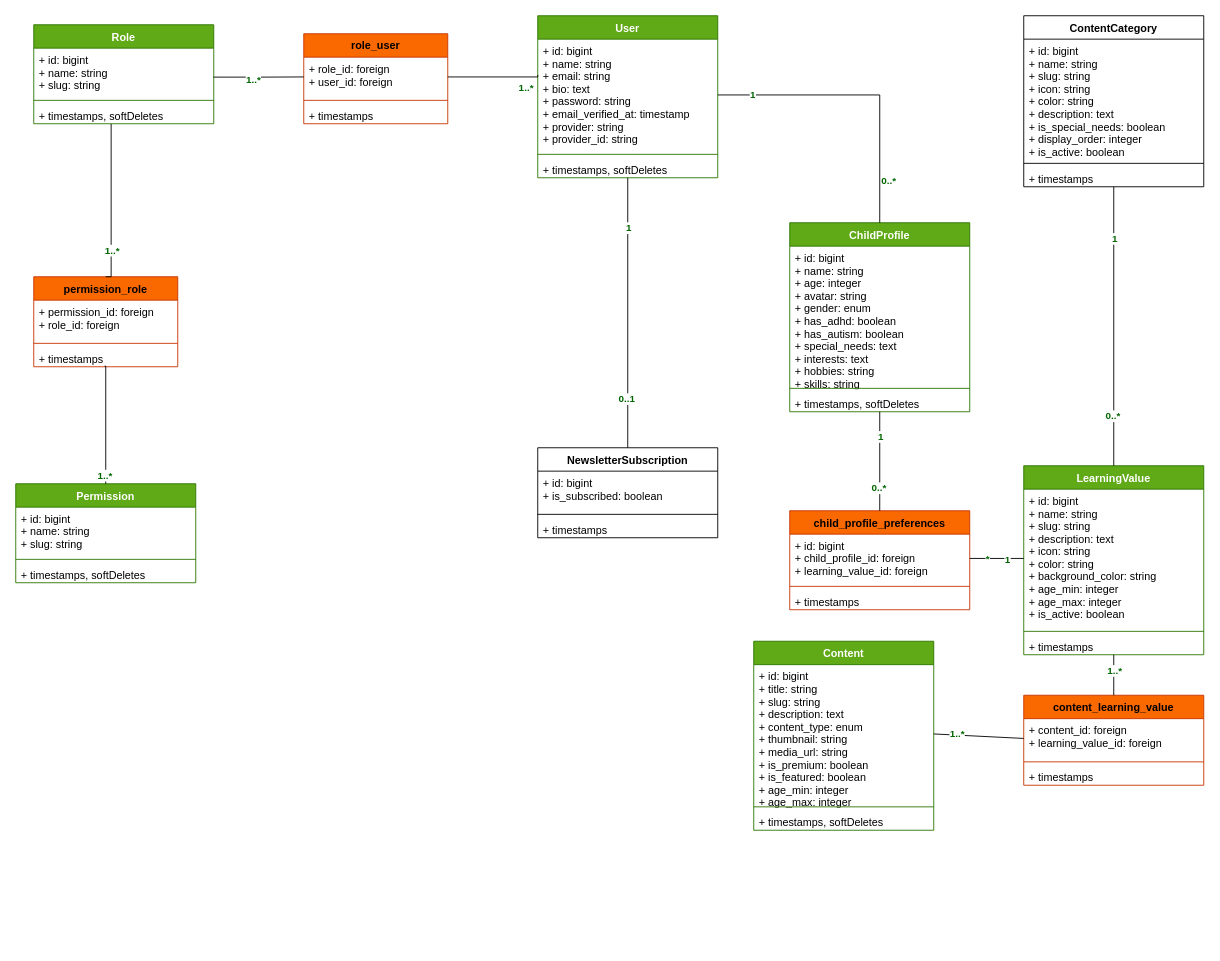
ettaoussiilyas/KidsGuard keeps this draw.io diagram as page "Class Diagram" (1 of 2) of UML/class.drawio. Above is the earlier version. Source tidied: cells renumbered, new cells numbered last; positions are measured from the earlier drawing's top-left corner, leaving out a move shared by most shapes. Both pictures are drawn from the tidied source at 90%, with x=0, y=0 at pixel (15, 15).
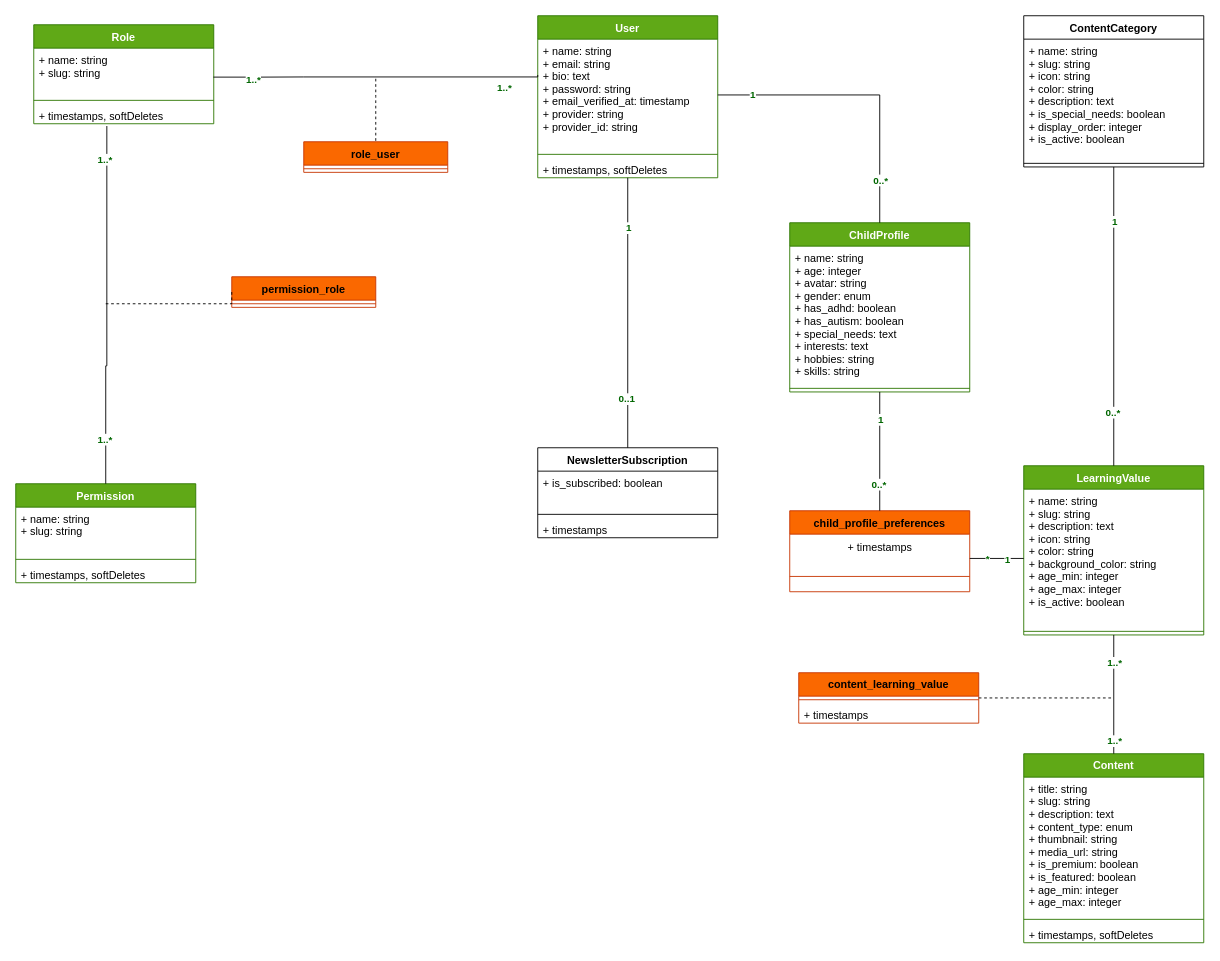
The same diagram, later.

Commit message (it also covers changes not shown here):
fixing usecase diagramme

Unchanged cells that the change refers to:
```xml
<mxCell id="2" value="User" style="swimlane;fontStyle=1;align=center;verticalAlign=top;horizontal=1;startSize=26;fillColor=#60a917;fontColor=#ffffff;strokeColor=#2D7600;" parent="1" vertex="1">
  <mxGeometry x="580" width="200" height="180" as="geometry" />
</mxCell>
<mxCell id="6" value="Role" style="swimlane;fontStyle=1;align=center;verticalAlign=top;horizontal=1;startSize=26;fillColor=#60a917;strokeColor=#2D7600;fontColor=#ffffff;" parent="1" vertex="1">
  <mxGeometry x="20" y="10" width="200" height="110" as="geometry" />
</mxCell>
<mxCell id="9" value="+ timestamps, softDeletes" style="text;strokeColor=none;fillColor=none;align=left;verticalAlign=top;spacingLeft=4;spacingRight=4;overflow=hidden;points=[[0,0.5],[1,0.5]];portConstraint=eastwest;" parent="6" vertex="1">
  <mxGeometry y="88" width="200" height="22" as="geometry" />
</mxCell>
<mxCell id="10" value="Permission" style="swimlane;fontStyle=1;align=center;verticalAlign=top;horizontal=1;startSize=26;fillColor=#60a917;strokeColor=#2D7600;fontColor=#ffffff;" parent="1" vertex="1">
  <mxGeometry y="520" width="200" height="110" as="geometry" />
</mxCell>
<mxCell id="26" value="NewsletterSubscription" style="swimlane;fontStyle=1;align=center;verticalAlign=top;horizontal=1;startSize=26;" parent="1" vertex="1">
  <mxGeometry x="580" y="480" width="200" height="100" as="geometry" />
</mxCell>
<mxCell id="50" style="endArrow=none;html=1;rounded=0;exitX=1;exitY=0.5;exitDx=0;exitDy=0;entryX=0.5;entryY=0;entryDx=0;entryDy=0;" parent="1" edge="1" source="3" target="14">
  <mxGeometry relative="1" as="geometry">
    <Array as="points">
      <mxPoint x="960" y="88" />
    </Array>
  </mxGeometry>
</mxCell>
```

Diff of the diagram source:
```diff
@@
-    <mxCell id="3" value="+ id: bigint&#10;+ name: string&#10;+ email: string&#10;+ bio: text&#10;+ password: string&#10;+ email_verified_at: timestamp&#10;+ provider: string&#10;+ provider_id: string" style="text;align=left;verticalAlign=top;spacingLeft=4;spacingRight=4;overflow=hidden;points=[[0,0.5],[1,0.5]];portConstraint=eastwest;" parent="2" vertex="1">
+    <mxCell id="3" value="+ name: string&#10;+ email: string&#10;+ bio: text&#10;+ password: string&#10;+ email_verified_at: timestamp&#10;+ provider: string&#10;+ provider_id: string" style="text;align=left;verticalAlign=top;spacingLeft=4;spacingRight=4;overflow=hidden;points=[[0,0.5],[1,0.5]];portConstraint=eastwest;" parent="2" vertex="1">
       <mxGeometry y="26" width="200" height="124" as="geometry" />
     </mxCell>
@@
-    <mxCell id="7" value="+ id: bigint&#10;+ name: string&#10;+ slug: string" style="text;strokeColor=none;fillColor=none;align=left;verticalAlign=top;spacingLeft=4;spacingRight=4;overflow=hidden;points=[[0,0.5],[1,0.5]];portConstraint=eastwest;" parent="6" vertex="1">
+    <mxCell id="7" value="+ name: string&#10;+ slug: string" style="text;strokeColor=none;fillColor=none;align=left;verticalAlign=top;spacingLeft=4;spacingRight=4;overflow=hidden;points=[[0,0.5],[1,0.5]];portConstraint=eastwest;" parent="6" vertex="1">
       <mxGeometry y="26" width="200" height="54" as="geometry" />
     </mxCell>
@@
-    <mxCell id="11" value="+ id: bigint&#10;+ name: string&#10;+ slug: string" style="text;strokeColor=none;fillColor=none;align=left;verticalAlign=top;spacingLeft=4;spacingRight=4;overflow=hidden;" parent="10" vertex="1">
+    <mxCell id="11" value="+ name: string&#10;+ slug: string" style="text;strokeColor=none;fillColor=none;align=left;verticalAlign=top;spacingLeft=4;spacingRight=4;overflow=hidden;" parent="10" vertex="1">
       <mxGeometry y="26" width="200" height="54" as="geometry" />
     </mxCell>
@@
     <mxCell id="14" value="ChildProfile" style="swimlane;fontStyle=1;align=center;verticalAlign=top;horizontal=1;startSize=26;fillColor=#60a917;fontColor=#ffffff;strokeColor=#2D7600;" parent="1" vertex="1">
-      <mxGeometry x="860" y="230" width="200" height="210" as="geometry" />
+      <mxGeometry x="860" y="230" width="200" height="188" as="geometry" />
     </mxCell>
-    <mxCell id="15" value="+ id: bigint&#10;+ name: string&#10;+ age: integer&#10;+ avatar: string&#10;+ gender: enum&#10;+ has_adhd: boolean&#10;+ has_autism: boolean&#10;+ special_needs: text&#10;+ interests: text&#10;+ hobbies: string&#10;+ skills: string" style="text;strokeColor=none;fillColor=none;align=left;verticalAlign=top;spacingLeft=4;spacingRight=4;overflow=hidden;" parent="14" vertex="1">
+    <mxCell id="15" value="+ name: string&#10;+ age: integer&#10;+ avatar: string&#10;+ gender: enum&#10;+ has_adhd: boolean&#10;+ has_autism: boolean&#10;+ special_needs: text&#10;+ interests: text&#10;+ hobbies: string&#10;+ skills: string" style="text;strokeColor=none;fillColor=none;align=left;verticalAlign=top;spacingLeft=4;spacingRight=4;overflow=hidden;" parent="14" vertex="1">
       <mxGeometry y="26" width="200" height="154" as="geometry" />
     </mxCell>
@@
-    <mxCell id="17" value="+ timestamps, softDeletes" style="text;strokeColor=none;fillColor=none;align=left;verticalAlign=top;spacingLeft=4;spacingRight=4;overflow=hidden;" parent="14" vertex="1">
-      <mxGeometry y="188" width="200" height="22" as="geometry" />
-    </mxCell>
     <mxCell id="18" value="ContentCategory" style="swimlane;fontStyle=1;align=center;verticalAlign=top;horizontal=1;startSize=26;" parent="1" vertex="1">
-      <mxGeometry x="1120" width="200" height="190" as="geometry" />
+      <mxGeometry x="1120" width="200" height="168" as="geometry" />
     </mxCell>
-    <mxCell id="19" value="+ id: bigint&#10;+ name: string&#10;+ slug: string&#10;+ icon: string&#10;+ color: string&#10;+ description: text&#10;+ is_special_needs: boolean&#10;+ display_order: integer&#10;+ is_active: boolean" style="text;strokeColor=none;fillColor=none;align=left;verticalAlign=top;spacingLeft=4;spacingRight=4;overflow=hidden;" parent="18" vertex="1">
+    <mxCell id="19" value="+ name: string&#10;+ slug: string&#10;+ icon: string&#10;+ color: string&#10;+ description: text&#10;+ is_special_needs: boolean&#10;+ display_order: integer&#10;+ is_active: boolean" style="text;strokeColor=none;fillColor=none;align=left;verticalAlign=top;spacingLeft=4;spacingRight=4;overflow=hidden;" parent="18" vertex="1">
       <mxGeometry y="26" width="200" height="134" as="geometry" />
     </mxCell>
@@
-    <mxCell id="21" value="+ timestamps" style="text;strokeColor=none;fillColor=none;align=left;verticalAlign=top;spacingLeft=4;spacingRight=4;overflow=hidden;" parent="18" vertex="1">
-      <mxGeometry y="168" width="200" height="22" as="geometry" />
-    </mxCell>
     <mxCell id="22" value="LearningValue" style="swimlane;fontStyle=1;align=center;verticalAlign=top;horizontal=1;startSize=26;fillColor=#60a917;strokeColor=#2D7600;fontColor=#ffffff;" parent="1" vertex="1">
-      <mxGeometry x="1120" y="500" width="200" height="210" as="geometry" />
+      <mxGeometry x="1120" y="500" width="200" height="188" as="geometry" />
     </mxCell>
-    <mxCell id="23" value="+ id: bigint&#10;+ name: string&#10;+ slug: string&#10;+ description: text&#10;+ icon: string&#10;+ color: string&#10;+ background_color: string&#10;+ age_min: integer&#10;+ age_max: integer&#10;+ is_active: boolean" style="text;strokeColor=none;fillColor=none;align=left;verticalAlign=top;spacingLeft=4;spacingRight=4;overflow=hidden;points=[[0,0.5],[1,0.5]];portConstraint=eastwest;" parent="22" vertex="1">
+    <mxCell id="23" value="+ name: string&#10;+ slug: string&#10;+ description: text&#10;+ icon: string&#10;+ color: string&#10;+ background_color: string&#10;+ age_min: integer&#10;+ age_max: integer&#10;+ is_active: boolean" style="text;strokeColor=none;fillColor=none;align=left;verticalAlign=top;spacingLeft=4;spacingRight=4;overflow=hidden;points=[[0,0.5],[1,0.5]];portConstraint=eastwest;" parent="22" vertex="1">
       <mxGeometry y="26" width="200" height="154" as="geometry" />
     </mxCell>
@@
-    <mxCell id="25" value="+ timestamps" style="text;strokeColor=none;fillColor=none;align=left;verticalAlign=top;spacingLeft=4;spacingRight=4;overflow=hidden;" parent="22" vertex="1">
-      <mxGeometry y="188" width="200" height="22" as="geometry" />
-    </mxCell>
@@
-    <mxCell id="27" value="+ id: bigint&#10;+ is_subscribed: boolean" style="text;strokeColor=none;fillColor=none;align=left;verticalAlign=top;spacingLeft=4;spacingRight=4;overflow=hidden;" parent="26" vertex="1">
+    <mxCell id="27" value="+ is_subscribed: boolean" style="text;strokeColor=none;fillColor=none;align=left;verticalAlign=top;spacingLeft=4;spacingRight=4;overflow=hidden;" parent="26" vertex="1">
       <mxGeometry y="26" width="200" height="44" as="geometry" />
     </mxCell>
@@
     <mxCell id="30" value="role_user" style="swimlane;fontStyle=1;align=center;verticalAlign=top;horizontal=1;startSize=26;fillColor=#fa6800;strokeColor=#C73500;fontColor=#000000;" parent="1" vertex="1">
-      <mxGeometry x="320" y="20" width="160" height="100" as="geometry" />
+      <mxGeometry x="320" y="140" width="160" height="34" as="geometry" />
     </mxCell>
-    <mxCell id="31" value="+ role_id: foreign&#10;+ user_id: foreign" style="text;strokeColor=none;fillColor=none;align=left;verticalAlign=top;spacingLeft=4;spacingRight=4;overflow=hidden;points=[[0,0.5],[1,0.5]];portConstraint=eastwest;" parent="30" vertex="1">
-      <mxGeometry y="26" width="160" height="44" as="geometry" />
-    </mxCell>
     <mxCell id="32" style="line;strokeWidth=1;fillColor=none;align=left;verticalAlign=middle;spacingTop=-1;spacingLeft=3;spacingRight=3;labelPosition=right;strokeColor=inherit;" parent="30" vertex="1">
-      <mxGeometry y="70" width="160" height="8" as="geometry" />
+      <mxGeometry y="26" width="160" height="8" as="geometry" />
     </mxCell>
-    <mxCell id="33" value="+ timestamps" style="text;strokeColor=none;fillColor=none;align=left;verticalAlign=top;spacingLeft=4;spacingRight=4;overflow=hidden;" parent="30" vertex="1">
-      <mxGeometry y="78" width="160" height="22" as="geometry" />
-    </mxCell>
     <mxCell id="34" value="permission_role" style="swimlane;fontStyle=1;align=center;verticalAlign=top;horizontal=1;startSize=26;fillColor=#fa6800;fontColor=#000000;strokeColor=#C73500;" parent="1" vertex="1">
-      <mxGeometry x="20" y="290" width="160" height="100" as="geometry" />
+      <mxGeometry x="240" y="290" width="160" height="34" as="geometry" />
     </mxCell>
-    <mxCell id="35" value="+ permission_id: foreign&#10;+ role_id: foreign" style="text;strokeColor=none;fillColor=none;align=left;verticalAlign=top;spacingLeft=4;spacingRight=4;overflow=hidden;" parent="34" vertex="1">
-      <mxGeometry y="26" width="160" height="44" as="geometry" />
-    </mxCell>
     <mxCell id="36" style="line;strokeWidth=1;fillColor=none;align=left;verticalAlign=middle;spacingTop=-1;spacingLeft=3;spacingRight=3;labelPosition=right;strokeColor=inherit;" parent="34" vertex="1">
-      <mxGeometry y="70" width="160" height="8" as="geometry" />
+      <mxGeometry y="26" width="160" height="8" as="geometry" />
     </mxCell>
-    <mxCell id="37" value="+ timestamps" style="text;strokeColor=none;fillColor=none;align=left;verticalAlign=top;spacingLeft=4;spacingRight=4;overflow=hidden;points=[[0,0.5],[1,0.5]];portConstraint=eastwest;" parent="34" vertex="1">
-      <mxGeometry y="78" width="160" height="22" as="geometry" />
-    </mxCell>
     <mxCell id="38" value="child_profile_preferences" style="swimlane;fontStyle=1;align=center;verticalAlign=top;horizontal=1;startSize=26;fillColor=#fa6800;fontColor=#000000;strokeColor=#C73500;" parent="1" vertex="1">
-      <mxGeometry x="860" y="550" width="200" height="110" as="geometry" />
+      <mxGeometry x="860" y="550" width="200" height="90" as="geometry" />
     </mxCell>
-    <mxCell id="39" value="+ id: bigint&#10;+ child_profile_id: foreign&#10;+ learning_value_id: foreign" style="text;strokeColor=none;fillColor=none;align=left;verticalAlign=top;spacingLeft=4;spacingRight=4;overflow=hidden;points=[[0,0.5],[1,0.5]];portConstraint=eastwest;" parent="38" vertex="1">
-      <mxGeometry y="26" width="200" height="54" as="geometry" />
-    </mxCell>
+    <mxCell id="77" value="+ timestamps" style="text;html=1;align=center;verticalAlign=middle;strokeColor=none;fillColor=none;" parent="38" vertex="1">
+      <mxGeometry y="26" width="200" height="30" as="geometry" />
+    </mxCell>
     <mxCell id="40" style="line;strokeWidth=1;fillColor=none;align=left;verticalAlign=middle;spacingTop=-1;spacingLeft=3;spacingRight=3;labelPosition=right;strokeColor=inherit;" parent="38" vertex="1">
-      <mxGeometry y="80" width="200" height="8" as="geometry" />
+      <mxGeometry y="56" width="200" height="34" as="geometry" />
     </mxCell>
-    <mxCell id="41" value="+ timestamps" style="text;strokeColor=none;fillColor=none;align=left;verticalAlign=top;spacingLeft=4;spacingRight=4;overflow=hidden;" parent="38" vertex="1">
-      <mxGeometry y="88" width="200" height="22" as="geometry" />
-    </mxCell>
-    <mxCell id="42" style="endArrow=none;html=1;rounded=0;exitX=0.998;exitY=0.596;exitDx=0;exitDy=0;entryX=0;entryY=0.5;entryDx=0;entryDy=0;edgeStyle=orthogonalEdgeStyle;exitPerimeter=0;" parent="1" edge="1" source="7" target="31">
-      <mxGeometry relative="1" as="geometry" />
+    <mxCell id="42" style="endArrow=none;html=1;rounded=0;exitX=0.998;exitY=0.596;exitDx=0;exitDy=0;entryX=0;entryY=0.5;entryDx=0;entryDy=0;edgeStyle=orthogonalEdgeStyle;exitPerimeter=0;" parent="1" edge="1" source="7">
+      <mxGeometry relative="1" as="geometry">
+        <mxPoint x="320" y="68" as="targetPoint" />
+      </mxGeometry>
     </mxCell>
@@
-    <mxCell id="44" style="endArrow=none;html=1;rounded=0;exitX=0;exitY=0.321;exitDx=0;exitDy=0;edgeStyle=orthogonalEdgeStyle;entryX=1;entryY=0.5;entryDx=0;entryDy=0;exitPerimeter=0;" parent="1" edge="1" source="3" target="31">
+    <mxCell id="44" style="endArrow=none;html=1;rounded=0;exitX=0;exitY=0.321;exitDx=0;exitDy=0;edgeStyle=orthogonalEdgeStyle;exitPerimeter=0;" parent="1" edge="1" source="3">
       <mxGeometry relative="1" as="geometry">
+        <mxPoint x="320" y="68" as="targetPoint" />
         <Array as="points">
           <mxPoint x="580" y="68" />
         </Array>
       </mxGeometry>
     </mxCell>
@@
-    <mxCell id="46" style="endArrow=none;html=1;rounded=0;exitX=0.5;exitY=0;exitDx=0;exitDy=0;edgeStyle=orthogonalEdgeStyle;entryX=0.492;entryY=0.966;entryDx=0;entryDy=0;entryPerimeter=0;" parent="1" edge="1" source="10" target="37">
+    <mxCell id="46" style="endArrow=none;html=1;rounded=0;exitX=0.5;exitY=0;exitDx=0;exitDy=0;edgeStyle=orthogonalEdgeStyle;entryX=0.406;entryY=1.115;entryDx=0;entryDy=0;entryPerimeter=0;" parent="1" edge="1" source="10" target="9">
       <mxGeometry relative="1" as="geometry">
         <Array as="points">
           <mxPoint x="100" y="389" />
+          <mxPoint x="101" y="389" />
         </Array>
       </mxGeometry>
     </mxCell>
@@
-    <mxCell id="48" style="endArrow=none;html=1;rounded=0;exitX=0.43;exitY=1.012;exitDx=0;exitDy=0;entryX=0.5;entryY=0;entryDx=0;entryDy=0;edgeStyle=orthogonalEdgeStyle;exitPerimeter=0;" parent="1" edge="1" source="9" target="34">
-      <mxGeometry relative="1" as="geometry">
-        <Array as="points">
-          <mxPoint x="106" y="290" />
-        </Array>
-      </mxGeometry>
-    </mxCell>
-    <mxCell id="49" value="1..*" style="edgeLabel;html=1;align=center;verticalAlign=middle;fontColor=#006600;fontStyle=1;" parent="48" vertex="1">
-      <mxGeometry x="0.7" y="-1" relative="1" as="geometry">
-        <mxPoint x="1" y="-9" as="offset" />
-      </mxGeometry>
-    </mxCell>
@@
     <mxCell id="52" value="0..*" style="edgeLabel;html=1;align=center;verticalAlign=middle;fontColor=#006600;fontStyle=1;" parent="50" vertex="1">
       <mxGeometry x="0.7" y="-1" relative="1" as="geometry">
-        <mxPoint x="10" as="offset" />
+        <mxPoint x="1" as="offset" />
       </mxGeometry>
     </mxCell>
@@
-    <mxCell id="59" style="endArrow=none;html=1;rounded=0;exitX=0;exitY=0.5;exitDx=0;exitDy=0;entryX=1;entryY=0.5;entryDx=0;entryDy=0;" parent="1" edge="1" source="23" target="39">
-      <mxGeometry relative="1" as="geometry" />
+    <mxCell id="59" style="endArrow=none;html=1;rounded=0;exitX=0;exitY=0.5;exitDx=0;exitDy=0;entryX=1;entryY=0.5;entryDx=0;entryDy=0;" parent="1" edge="1" source="23">
+      <mxGeometry relative="1" as="geometry">
+        <mxPoint x="1060" y="603" as="targetPoint" />
+      </mxGeometry>
     </mxCell>
@@
     <mxCell id="65" value="Content" style="swimlane;fontStyle=1;align=center;verticalAlign=top;horizontal=1;startSize=26;fillColor=#60a917;strokeColor=#2D7600;fontColor=#ffffff;" parent="1" vertex="1">
-      <mxGeometry x="820" y="695" width="200" height="210" as="geometry" />
+      <mxGeometry x="1120" y="820" width="200" height="210" as="geometry" />
     </mxCell>
-    <mxCell id="66" value="+ id: bigint&#10;+ title: string&#10;+ slug: string&#10;+ description: text&#10;+ content_type: enum&#10;+ thumbnail: string&#10;+ media_url: string&#10;+ is_premium: boolean&#10;+ is_featured: boolean&#10;+ age_min: integer&#10;+ age_max: integer" style="text;strokeColor=none;fillColor=none;align=left;verticalAlign=top;spacingLeft=4;spacingRight=4;overflow=hidden;points=[[0,0.5],[1,0.5]];portConstraint=eastwest;" parent="65" vertex="1">
+    <mxCell id="66" value="+ title: string&#10;+ slug: string&#10;+ description: text&#10;+ content_type: enum&#10;+ thumbnail: string&#10;+ media_url: string&#10;+ is_premium: boolean&#10;+ is_featured: boolean&#10;+ age_min: integer&#10;+ age_max: integer" style="text;strokeColor=none;fillColor=none;align=left;verticalAlign=top;spacingLeft=4;spacingRight=4;overflow=hidden;points=[[0,0.5],[1,0.5]];portConstraint=eastwest;" parent="65" vertex="1">
       <mxGeometry y="26" width="200" height="154" as="geometry" />
     </mxCell>
@@
     <mxCell id="69" value="content_learning_value" style="swimlane;fontStyle=1;align=center;verticalAlign=top;horizontal=1;startSize=26;fillColor=#fa6800;strokeColor=#C73500;fontColor=#000000;" parent="1" vertex="1">
-      <mxGeometry x="1120" y="755" width="200" height="100" as="geometry" />
+      <mxGeometry x="870" y="730" width="200" height="56" as="geometry" />
     </mxCell>
-    <mxCell id="70" value="+ content_id: foreign&#10;+ learning_value_id: foreign" style="text;strokeColor=none;fillColor=none;align=left;verticalAlign=top;spacingLeft=4;spacingRight=4;overflow=hidden;points=[[0,0.5],[1,0.5]];portConstraint=eastwest;" parent="69" vertex="1">
-      <mxGeometry y="26" width="200" height="44" as="geometry" />
-    </mxCell>
     <mxCell id="71" style="line;strokeWidth=1;fillColor=none;align=left;verticalAlign=middle;spacingTop=-1;spacingLeft=3;spacingRight=3;labelPosition=right;strokeColor=inherit;" parent="69" vertex="1">
-      <mxGeometry y="70" width="200" height="8" as="geometry" />
+      <mxGeometry y="26" width="200" height="8" as="geometry" />
     </mxCell>
     <mxCell id="72" value="+ timestamps" style="text;strokeColor=none;fillColor=none;align=left;verticalAlign=top;spacingLeft=4;spacingRight=4;overflow=hidden;" parent="69" vertex="1">
-      <mxGeometry y="78" width="200" height="22" as="geometry" />
+      <mxGeometry y="34" width="200" height="22" as="geometry" />
     </mxCell>
-    <mxCell id="73" style="endArrow=none;html=1;rounded=0;exitX=1;exitY=0.5;exitDx=0;exitDy=0;entryX=0;entryY=0.5;entryDx=0;entryDy=0;" parent="1" edge="1" source="66" target="70">
-      <mxGeometry relative="1" as="geometry" />
-    </mxCell>
-    <mxCell id="74" value="1..*" style="edgeLabel;html=1;align=center;verticalAlign=middle;fontColor=#006600;fontStyle=1;" parent="73" vertex="1">
-      <mxGeometry x="-0.7" y="1" relative="1" as="geometry">
-        <mxPoint x="10" as="offset" />
-      </mxGeometry>
-    </mxCell>
-    <mxCell id="75" style="endArrow=none;html=1;rounded=0;exitX=0.5;exitY=1;exitDx=0;exitDy=0;entryX=0.5;entryY=0;entryDx=0;entryDy=0;" parent="1" edge="1" source="22" target="69">
+    <mxCell id="75" style="endArrow=none;html=1;rounded=0;exitX=0.5;exitY=1;exitDx=0;exitDy=0;entryX=0.5;entryY=0;entryDx=0;entryDy=0;" parent="1" edge="1" source="22" target="65">
       <mxGeometry relative="1" as="geometry" />
     </mxCell>
@@
+    <mxCell id="78" style="endArrow=none;html=1;rounded=0;edgeStyle=orthogonalEdgeStyle;dashed=1;" parent="1" edge="1" target="30">
+      <mxGeometry relative="1" as="geometry">
+        <mxPoint x="400" y="70" as="sourcePoint" />
+        <Array as="points">
+          <mxPoint x="400" y="90" />
+        </Array>
+      </mxGeometry>
+    </mxCell>
+    <mxCell id="79" value="1..*" style="edgeLabel;html=1;align=center;verticalAlign=middle;fontColor=#006600;fontStyle=1;" parent="1" vertex="1">
+      <mxGeometry x="108" y="480" as="geometry">
+        <mxPoint x="-10" y="-321" as="offset" />
+      </mxGeometry>
+    </mxCell>
+    <mxCell id="80" style="endArrow=none;html=1;rounded=0;edgeStyle=orthogonalEdgeStyle;dashed=1;exitX=0;exitY=0.5;exitDx=0;exitDy=0;" parent="1" edge="1" source="34">
+      <mxGeometry relative="1" as="geometry">
+        <mxPoint x="100" y="320" as="targetPoint" />
+        <Array as="points">
+          <mxPoint x="240" y="320" />
+        </Array>
+      </mxGeometry>
+    </mxCell>
+    <mxCell id="81" value="1..*" style="edgeLabel;html=1;align=center;verticalAlign=middle;fontColor=#006600;fontStyle=1;" parent="1" vertex="1">
+      <mxGeometry x="1230" y="728" as="geometry">
+        <mxPoint x="-10" y="77" as="offset" />
+      </mxGeometry>
+    </mxCell>
+    <mxCell id="82" style="endArrow=none;html=1;rounded=0;edgeStyle=orthogonalEdgeStyle;dashed=1;exitX=1;exitY=0.5;exitDx=0;exitDy=0;" parent="1" edge="1" source="69">
+      <mxGeometry relative="1" as="geometry">
+        <mxPoint x="1220" y="758" as="targetPoint" />
+        <Array as="points">
+          <mxPoint x="1180" y="758" />
+          <mxPoint x="1180" y="758" />
+        </Array>
+      </mxGeometry>
+    </mxCell>
```
